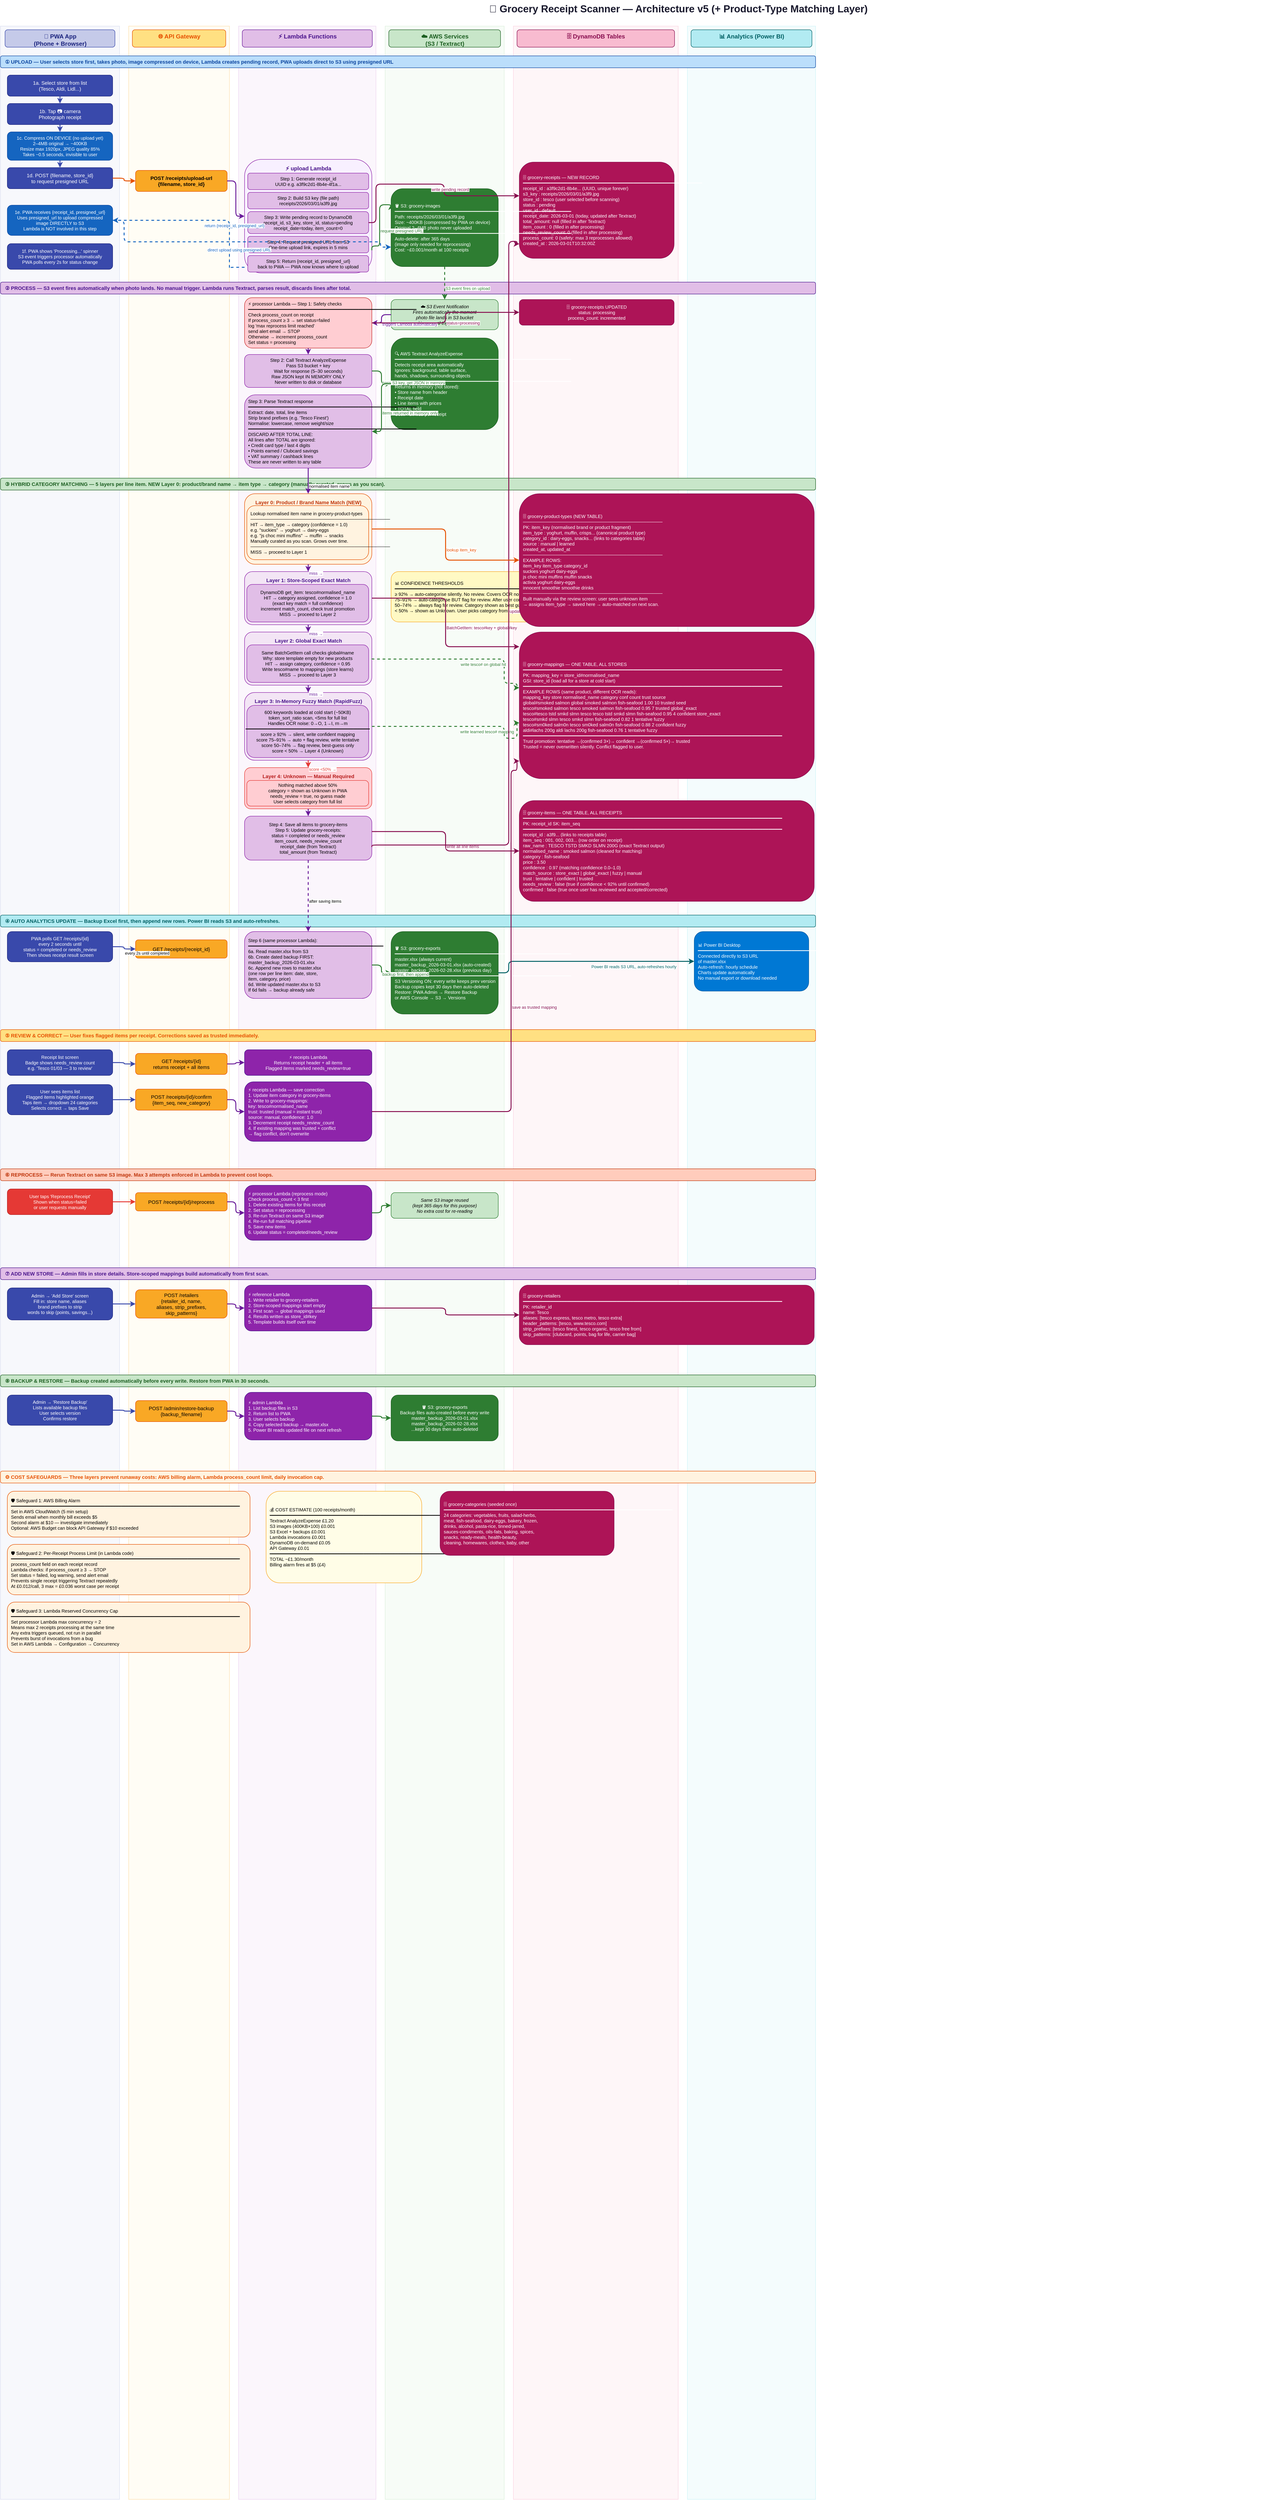
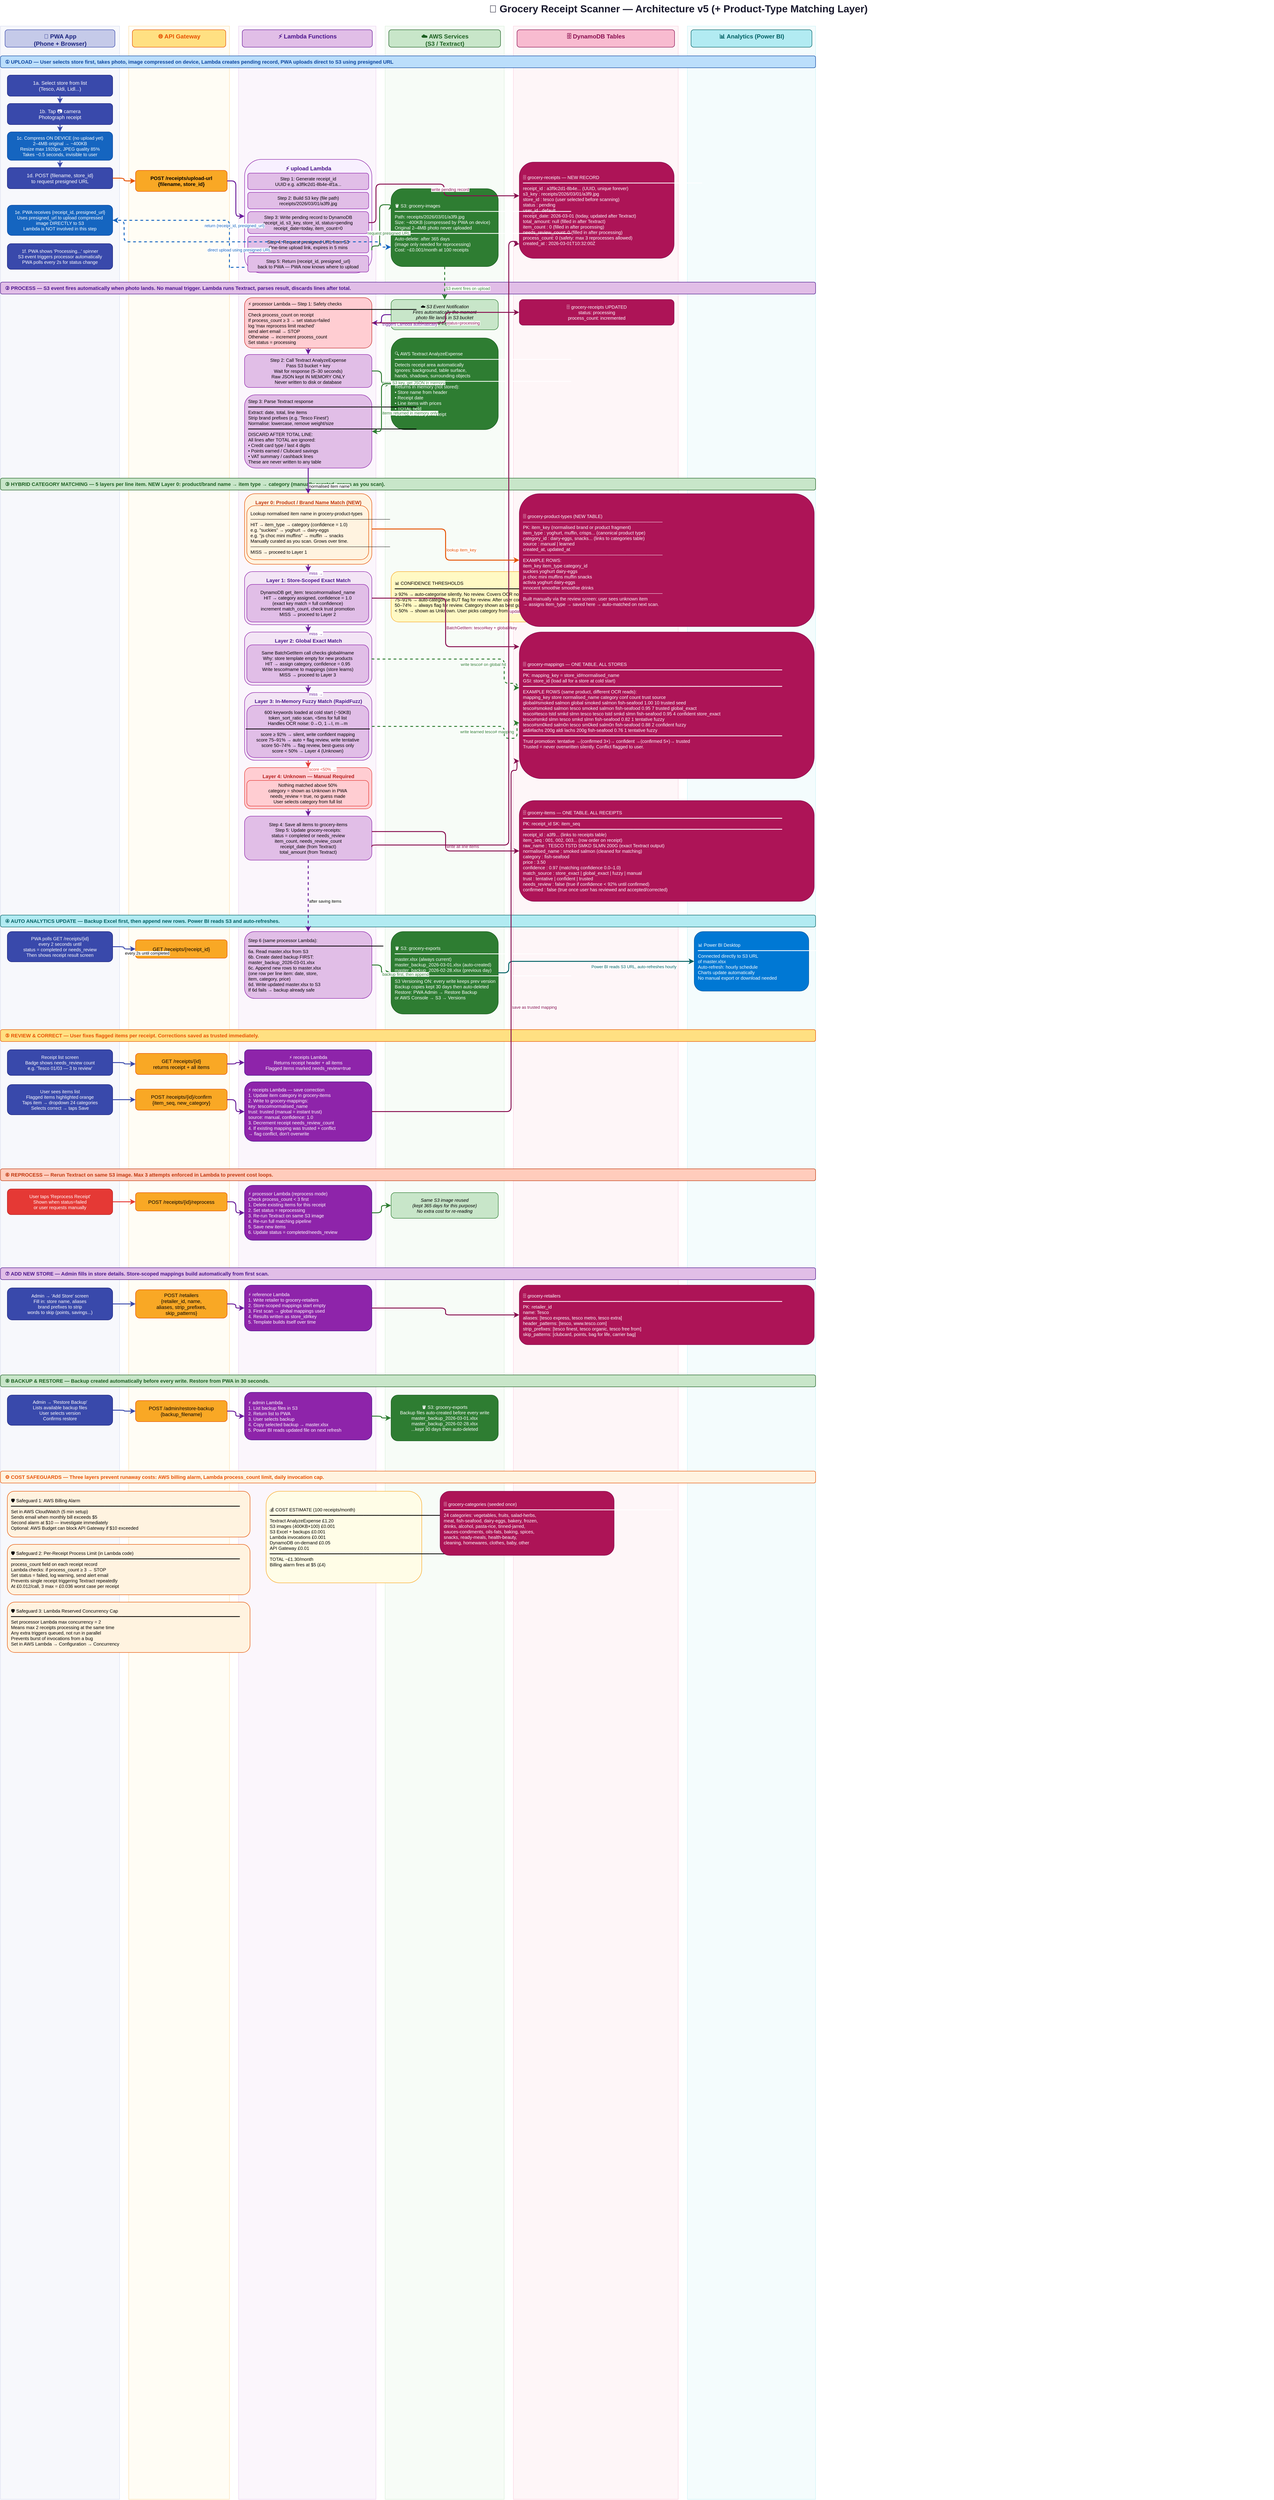
<mxfile host="app.diagrams.net" agent="Mozilla/5.0 (Windows NT 10.0; Win64; x64) AppleWebKit/537.36 (KHTML, like Gecko) Chrome/145.0.0.0 Safari/537.36" version="29.6.0">
  <diagram id="7PN1Y97BilsKAZ5jS87R" name="Page-1">
-     <mxGraphModel dx="1377" dy="758" grid="1" gridSize="10" guides="1" tooltips="1" connect="1" arrows="1" fold="1" page="1" pageScale="1" pageWidth="3200" pageHeight="5800" math="0" shadow="0">
+     <mxGraphModel dx="1427" dy="826" grid="1" gridSize="10" guides="1" tooltips="1" connect="1" arrows="1" fold="1" page="1" pageScale="1" pageWidth="3200" pageHeight="5800" math="0" shadow="0">
      <root>
        <mxCell id="0" />
        <mxCell id="1" parent="0" />
        <mxCell id="title" parent="1" style="text;html=1;strokeColor=none;fillColor=none;align=center;fontSize=22;fontStyle=1;fontColor=#1a1a2e;" value="🛒 Grocery Receipt Scanner — Architecture v5 (+ Product-Type Matching Layer)" vertex="1">
          <mxGeometry height="44" width="2600" x="200" y="18" as="geometry" />
        </mxCell>
        <mxCell id="col1_bg" parent="1" style="rounded=0;fillColor=#e8eaf6;strokeColor=#9fa8da;opacity=35;" value="" vertex="1">
          <mxGeometry height="5400" width="260" x="20" y="75" as="geometry" />
        </mxCell>
        <mxCell id="col1_hdr" parent="1" style="text;html=1;strokeColor=#3949ab;fillColor=#c5cae9;align=center;fontSize=13;fontStyle=1;fontColor=#1a237e;rounded=1;" value="📱 PWA App&#xa;(Phone + Browser)" vertex="1">
          <mxGeometry height="38" width="240" x="30" y="83" as="geometry" />
        </mxCell>
        <mxCell id="col2_bg" parent="1" style="rounded=0;fillColor=#fff8e1;strokeColor=#f9a825;opacity=35;" value="" vertex="1">
          <mxGeometry height="5400" width="220" x="300" y="75" as="geometry" />
        </mxCell>
        <mxCell id="col2_hdr" parent="1" style="text;html=1;strokeColor=#e65100;fillColor=#ffe082;align=center;fontSize=13;fontStyle=1;fontColor=#e65100;rounded=1;" value="🌐 API Gateway" vertex="1">
          <mxGeometry height="38" width="204" x="308" y="83" as="geometry" />
        </mxCell>
        <mxCell id="col3_bg" parent="1" style="rounded=0;fillColor=#f3e5f5;strokeColor=#ce93d8;opacity=35;" value="" vertex="1">
          <mxGeometry height="5400" width="300" x="540" y="75" as="geometry" />
        </mxCell>
        <mxCell id="col3_hdr" parent="1" style="text;html=1;strokeColor=#6a1b9a;fillColor=#e1bee7;align=center;fontSize=13;fontStyle=1;fontColor=#4a148c;rounded=1;" value="⚡ Lambda Functions" vertex="1">
          <mxGeometry height="38" width="284" x="548" y="83" as="geometry" />
        </mxCell>
        <mxCell id="col4_bg" parent="1" style="rounded=0;fillColor=#e8f5e9;strokeColor=#a5d6a7;opacity=35;" value="" vertex="1">
          <mxGeometry height="5400" width="260" x="860" y="75" as="geometry" />
        </mxCell>
        <mxCell id="col4_hdr" parent="1" style="text;html=1;strokeColor=#1b5e20;fillColor=#c8e6c9;align=center;fontSize=13;fontStyle=1;fontColor=#1b5e20;rounded=1;" value="☁️ AWS Services&#xa;(S3 / Textract)" vertex="1">
          <mxGeometry height="38" width="244" x="868" y="83" as="geometry" />
        </mxCell>
        <mxCell id="col5_bg" parent="1" style="rounded=0;fillColor=#fce4ec;strokeColor=#f48fb1;opacity=35;" value="" vertex="1">
          <mxGeometry height="5400" width="360" x="1140" y="75" as="geometry" />
        </mxCell>
        <mxCell id="col5_hdr" parent="1" style="text;html=1;strokeColor=#880e4f;fillColor=#f8bbd0;align=center;fontSize=13;fontStyle=1;fontColor=#880e4f;rounded=1;" value="🗄️ DynamoDB Tables" vertex="1">
          <mxGeometry height="38" width="344" x="1148" y="83" as="geometry" />
        </mxCell>
        <mxCell id="col6_bg" parent="1" style="rounded=0;fillColor=#e0f7fa;strokeColor=#80deea;opacity=35;" value="" vertex="1">
          <mxGeometry height="5400" width="280" x="1520" y="75" as="geometry" />
        </mxCell>
        <mxCell id="col6_hdr" parent="1" style="text;html=1;strokeColor=#006064;fillColor=#b2ebf2;align=center;fontSize=13;fontStyle=1;fontColor=#006064;rounded=1;" value="📊 Analytics (Power BI)" vertex="1">
          <mxGeometry height="38" width="264" x="1528" y="83" as="geometry" />
        </mxCell>
        <mxCell id="s1_bar" parent="1" style="text;html=1;strokeColor=#0d47a1;fillColor=#bbdefb;align=left;fontSize=11;fontStyle=1;fontColor=#0d47a1;rounded=1;spacingLeft=8;" value="① UPLOAD — User selects store first, takes photo, image compressed on device, Lambda creates pending record, PWA uploads direct to S3 using presigned URL" vertex="1">
          <mxGeometry height="26" width="1780" x="20" y="140" as="geometry" />
        </mxCell>
        <mxCell id="pwa_select" parent="1" style="rounded=1;fillColor=#3949ab;strokeColor=#1a237e;fontColor=#fff;fontSize=11;" value="1a. Select store from list&#xa;(Tesco, Aldi, Lidl...)" vertex="1">
          <mxGeometry height="46" width="230" x="35" y="182" as="geometry" />
        </mxCell>
        <mxCell id="pwa_photo" parent="1" style="rounded=1;fillColor=#3949ab;strokeColor=#1a237e;fontColor=#fff;fontSize=11;" value="1b. Tap 📷 camera&#xa;Photograph receipt" vertex="1">
          <mxGeometry height="46" width="230" x="35" y="244" as="geometry" />
        </mxCell>
        <mxCell id="pwa_compress" parent="1" style="rounded=1;fillColor=#1565c0;strokeColor=#0d47a1;fontColor=#fff;fontSize=10;" value="1c. Compress ON DEVICE (no upload yet)&#xa;2–4MB original → ~400KB&#xa;Resize max 1920px, JPEG quality 85%&#xa;Takes ~0.5 seconds, invisible to user" vertex="1">
          <mxGeometry height="62" width="230" x="35" y="306" as="geometry" />
        </mxCell>
        <mxCell id="pwa_req_url" parent="1" style="rounded=1;fillColor=#3949ab;strokeColor=#1a237e;fontColor=#fff;fontSize=11;" value="1d. POST {filename, store_id}&#xa;to request presigned URL" vertex="1">
          <mxGeometry height="46" width="230" x="35" y="384" as="geometry" />
        </mxCell>
        <mxCell id="api_upload" parent="1" style="rounded=1;fillColor=#f9a825;strokeColor=#e65100;fontSize=11;fontStyle=1;" value="POST /receipts/upload-url&#xa;{filename, store_id}" vertex="1">
          <mxGeometry height="46" width="200" x="315" y="390" as="geometry" />
        </mxCell>
        <mxCell id="lam_upload_bg" parent="1" style="rounded=1;fillColor=#f8f0ff;strokeColor=#8e24aa;" value="" vertex="1">
          <mxGeometry height="248" width="278" x="553" y="366" as="geometry" />
        </mxCell>
        <mxCell id="lam_upload_ttl" parent="1" style="text;html=1;strokeColor=none;fillColor=none;align=center;fontSize=12;fontStyle=1;fontColor=#4a148c;" value="⚡ upload Lambda" vertex="1">
          <mxGeometry height="22" width="272" x="556" y="372" as="geometry" />
        </mxCell>
        <mxCell id="lam_u1" parent="1" style="rounded=1;fillColor=#e1bee7;strokeColor=#8e24aa;fontSize=10;" value="Step 1: Generate receipt_id&#xa;UUID e.g. a3f9c2d1-8b4e-4f1a..." vertex="1">
          <mxGeometry height="36" width="264" x="560" y="396" as="geometry" />
        </mxCell>
        <mxCell id="lam_u2" parent="1" style="rounded=1;fillColor=#e1bee7;strokeColor=#8e24aa;fontSize=10;" value="Step 2: Build S3 key (file path)&#xa;receipts/2026/03/01/a3f9.jpg" vertex="1">
          <mxGeometry height="36" width="264" x="560" y="438" as="geometry" />
        </mxCell>
        <mxCell id="lam_u3" parent="1" style="rounded=1;fillColor=#e1bee7;strokeColor=#8e24aa;fontSize=10;" value="Step 3: Write pending record to DynamoDB&#xa;receipt_id, s3_key, store_id, status=pending&#xa;receipt_date=today, item_count=0" vertex="1">
          <mxGeometry height="48" width="264" x="560" y="480" as="geometry" />
        </mxCell>
        <mxCell id="lam_u4" parent="1" style="rounded=1;fillColor=#e1bee7;strokeColor=#8e24aa;fontSize=10;" value="Step 4: Request presigned URL from S3&#xa;One-time upload link, expires in 5 mins" vertex="1">
          <mxGeometry height="36" width="264" x="560" y="534" as="geometry" />
        </mxCell>
        <mxCell id="lam_u5" parent="1" style="rounded=1;fillColor=#e1bee7;strokeColor=#8e24aa;fontSize=10;" value="Step 5: Return {receipt_id, presigned_url}&#xa;back to PWA — PWA now knows where to upload" vertex="1">
          <mxGeometry height="36" width="264" x="560" y="576" as="geometry" />
        </mxCell>
        <mxCell id="db_receipts" parent="1" style="rounded=1;fillColor=#ad1457;strokeColor=#880e4f;fontColor=#fff;fontSize=10;align=left;spacingLeft=6;" value="🗄️ grocery-receipts — NEW RECORD&#xa;━━━━━━━━━━━━━━━━━━━━━━━━━━━━━━━━━━━━━━━━━━━━━━━━━━━━━━━━━━━━━━━━━&#xa;receipt_id : a3f9c2d1-8b4e...  (UUID, unique forever)&#xa;s3_key     : receipts/2026/03/01/a3f9.jpg&#xa;store_id   : tesco  (user selected before scanning)&#xa;status     : pending&#xa;user_id    : default&#xa;receipt_date: 2026-03-01  (today, updated after Textract)&#xa;total_amount: null  (filled in after Textract)&#xa;item_count : 0  (filled in after processing)&#xa;needs_review_count: 0  (filled in after processing)&#xa;process_count: 0  (safety: max 3 reprocesses allowed)&#xa;created_at : 2026-03-01T10:32:00Z" vertex="1">
          <mxGeometry height="210" width="338" x="1153" y="372" as="geometry" />
        </mxCell>
        <mxCell id="pwa_upload_direct" parent="1" style="rounded=1;fillColor=#1565c0;strokeColor=#0d47a1;fontColor=#fff;fontSize=10;" value="1e. PWA receives {receipt_id, presigned_url}&#xa;Uses presigned_url to upload compressed&#xa;image DIRECTLY to S3&#xa;Lambda is NOT involved in this step" vertex="1">
          <mxGeometry height="66" width="230" x="35" y="466" as="geometry" />
        </mxCell>
        <mxCell id="s3_images" parent="1" style="rounded=1;fillColor=#2e7d32;strokeColor=#1b5e20;fontColor=#fff;fontSize=10;align=left;spacingLeft=6;" value="🪣 S3: grocery-images&#xa;━━━━━━━━━━━━━━━━━━━━━━━━━━━━━━━━━━━━━━━━━━━━━━━━━━━━━━━━━━━━━━━━&#xa;Path: receipts/2026/03/01/a3f9.jpg&#xa;Size: ~400KB (compressed by PWA on device)&#xa;Original 2–4MB photo never uploaded&#xa;━━━━━━━━━━━━━━━━━━━━━━━━━━━━━━━━━━━━━━━━━━━━━━━━━━━━━━━━━━━━━━━━&#xa;Auto-delete: after 365 days&#xa;(image only needed for reprocessing)&#xa;Cost: ~£0.001/month at 100 receipts" vertex="1">
          <mxGeometry height="170" width="234" x="873" y="430" as="geometry" />
        </mxCell>
        <mxCell id="pwa_spinner" parent="1" style="rounded=1;fillColor=#3949ab;strokeColor=#1a237e;fontColor=#fff;fontSize=10;" value="1f. PWA shows &#39;Processing...&#39; spinner&#xa;S3 event triggers processor automatically&#xa;PWA polls every 2s for status change" vertex="1">
          <mxGeometry height="56" width="230" x="35" y="550" as="geometry" />
        </mxCell>
        <mxCell id="s2_bar" parent="1" style="text;html=1;strokeColor=#4a148c;fillColor=#e1bee7;align=left;fontSize=11;fontStyle=1;fontColor=#4a148c;rounded=1;spacingLeft=8;" value="② PROCESS — S3 event fires automatically when photo lands. No manual trigger. Lambda runs Textract, parses result, discards lines after total." vertex="1">
          <mxGeometry height="26" width="1780" x="20" y="634" as="geometry" />
        </mxCell>
        <mxCell id="s3_event_note" parent="1" style="rounded=1;fillColor=#c8e6c9;strokeColor=#2e7d32;fontSize=10;fontStyle=2;" value="☁️ S3 Event Notification&#xa;Fires automatically the moment&#xa;photo file lands in S3 bucket&#xa;No manual trigger needed" vertex="1">
          <mxGeometry height="66" width="234" x="873" y="672" as="geometry" />
        </mxCell>
        <mxCell id="lam_cost_check" parent="1" style="rounded=1;fillColor=#ffcdd2;strokeColor=#c62828;fontSize=10;align=left;spacingLeft=6;" value="⚡ processor Lambda — Step 1: Safety checks&#xa;━━━━━━━━━━━━━━━━━━━━━━━━━━━━━━━━━━━━━━━━━━━━━━━━━━━━━━━━━━━━━&#xa;Check process_count on receipt&#xa;If process_count ≥ 3 → set status=failed&#xa;   log &#39;max reprocess limit reached&#39;&#xa;   send alert email → STOP&#xa;Otherwise → increment process_count&#xa;Set status = processing" vertex="1">
          <mxGeometry height="110" width="278" x="553" y="668" as="geometry" />
        </mxCell>
        <mxCell id="db_status_proc" parent="1" style="rounded=1;fillColor=#ad1457;strokeColor=#880e4f;fontColor=#fff;fontSize=10;" value="🗄️ grocery-receipts UPDATED&#xa;status: processing&#xa;process_count: incremented" vertex="1">
          <mxGeometry height="56" width="338" x="1153" y="672" as="geometry" />
        </mxCell>
        <mxCell id="lam_textract_step" parent="1" style="rounded=1;fillColor=#e1bee7;strokeColor=#8e24aa;fontSize=10;" value="Step 2: Call Textract AnalyzeExpense&#xa;Pass S3 bucket + key&#xa;Wait for response (5–30 seconds)&#xa;Raw JSON kept IN MEMORY ONLY&#xa;Never written to disk or database" vertex="1">
          <mxGeometry height="72" width="278" x="553" y="792" as="geometry" />
        </mxCell>
        <mxCell id="textract_box" parent="1" style="rounded=1;fillColor=#2e7d32;strokeColor=#1b5e20;fontColor=#fff;fontSize=10;align=left;spacingLeft=6;" value="🔍 AWS Textract AnalyzeExpense&#xa;━━━━━━━━━━━━━━━━━━━━━━━━━━━━━━━━━━━━━━━━━━━━━━━━━━━━━━━━━━━━━━━━&#xa;Detects receipt area automatically&#xa;Ignores: background, table surface,&#xa;hands, shadows, surrounding objects&#xa;━━━━━━━━━━━━━━━━━━━━━━━━━━━━━━━━━━━━━━━━━━━━━━━━━━━━━━━━━━━━━━━━&#xa;Returns in memory (not stored):&#xa;• Store name from header&#xa;• Receipt date&#xa;• Line items with prices&#xa;• TOTAL field&#xa;Cost: ~£0.012 per receipt" vertex="1">
          <mxGeometry height="200" width="234" x="873" y="756" as="geometry" />
        </mxCell>
        <mxCell id="lam_parse" parent="1" style="rounded=1;fillColor=#e1bee7;strokeColor=#8e24aa;fontSize=10;align=left;spacingLeft=6;" value="Step 3: Parse Textract response&#xa;━━━━━━━━━━━━━━━━━━━━━━━━━━━━━━━━━━━━━━━━━━━━━━━━━━━━━━━━━━━━━&#xa;Extract: date, total, line items&#xa;Strip brand prefixes (e.g. &#39;Tesco Finest&#39;)&#xa;Normalise: lowercase, remove weight/size&#xa;━━━━━━━━━━━━━━━━━━━━━━━━━━━━━━━━━━━━━━━━━━━━━━━━━━━━━━━━━━━━━&#xa;DISCARD AFTER TOTAL LINE:&#xa;All lines after TOTAL are ignored:&#xa;• Credit card type / last 4 digits&#xa;• Points earned / Clubcard savings&#xa;• VAT summary / cashback lines&#xa;These are never written to any table" vertex="1">
          <mxGeometry height="160" width="278" x="553" y="880" as="geometry" />
        </mxCell>
-         <mxCell id="s3_bar" parent="1" style="text;html=1;strokeColor=#1b5e20;fillColor=#c8e6c9;align=left;fontSize=11;fontStyle=1;fontColor=#1b5e20;rounded=1;spacingLeft=8;" value="③ HYBRID CATEGORY MATCHING — 5 layers per line item. NEW Layer 0: product/brand name &#x2192; item type &#x2192; category (manually curated, grows as you scan)." vertex="1">
+         <mxCell id="s3_bar" parent="1" style="text;html=1;strokeColor=#1b5e20;fillColor=#c8e6c9;align=left;fontSize=11;fontStyle=1;fontColor=#1b5e20;rounded=1;spacingLeft=8;" value="③ HYBRID CATEGORY MATCHING — 5 layers per line item. NEW Layer 0: product/brand name → item type → category (manually curated, grows as you scan)." vertex="1">
          <mxGeometry height="26" width="1780" x="20" y="1062" as="geometry" />
        </mxCell>
        <mxCell id="threshold_legend" parent="1" style="rounded=1;fillColor=#fff9c4;strokeColor=#f9a825;fontSize=10;align=left;spacingLeft=6;" value="📊 CONFIDENCE THRESHOLDS&#xa;━━━━━━━━━━━━━━━━━━━━━━━━━━━━━━━━━━━━━━━━━━━━━━━━━━━━━━━━━━━━━━━━━━━━━━━━━━━━━━━━━━━━━━━━━━━━━━━━━━━━━━━━━&#xa;≥ 92%  → auto-categorise silently. No review. Covers OCR noise (0→O, 1→I, rn→m).&#xa;75–91% → auto-categorise BUT flag for review. After user confirms 3× → promoted to trusted, no more prompts.&#xa;50–74% → always flag for review. Category shown as best guess, clearly marked uncertain.&#xa;&lt; 50%  → shown as Unknown. User picks category from scratch. No guess made." vertex="1">
          <mxGeometry height="110" width="620" x="873" y="1266" as="geometry" />
        </mxCell>
        <mxCell id="l1_bg" parent="1" style="rounded=1;fillColor=#f3e5f5;strokeColor=#8e24aa;" value="" vertex="1">
          <mxGeometry height="116" width="278" x="553" y="1266" as="geometry" />
        </mxCell>
        <mxCell id="l1_ttl" parent="1" style="text;html=1;strokeColor=none;fillColor=none;align=center;fontSize=11;fontStyle=1;fontColor=#4a148c;" value="Layer 1: Store-Scoped Exact Match" vertex="1">
          <mxGeometry height="20" width="272" x="556" y="1272" as="geometry" />
        </mxCell>
        <mxCell id="l1_det" parent="1" style="rounded=1;fillColor=#e1bee7;strokeColor=#8e24aa;fontSize=10;" value="DynamoDB get_item: tesco#normalised_name&#xa;HIT → category assigned, confidence = 1.0&#xa;(exact key match = full confidence)&#xa;increment match_count, check trust promotion&#xa;MISS → proceed to Layer 2" vertex="1">
          <mxGeometry height="82" width="266" x="558" y="1294" as="geometry" />
        </mxCell>
        <mxCell id="l2_bg" parent="1" style="rounded=1;fillColor=#f3e5f5;strokeColor=#8e24aa;" value="" vertex="1">
          <mxGeometry height="116" width="278" x="553" y="1398" as="geometry" />
        </mxCell>
        <mxCell id="l2_ttl" parent="1" style="text;html=1;strokeColor=none;fillColor=none;align=center;fontSize=11;fontStyle=1;fontColor=#4a148c;" value="Layer 2: Global Exact Match" vertex="1">
          <mxGeometry height="20" width="272" x="556" y="1404" as="geometry" />
        </mxCell>
        <mxCell id="l2_det" parent="1" style="rounded=1;fillColor=#e1bee7;strokeColor=#8e24aa;fontSize=10;" value="Same BatchGetItem call checks global#name&#xa;Why: store template empty for new products&#xa;HIT → assign category, confidence = 0.95&#xa;Write tesco#name to mappings (store learns)&#xa;MISS → proceed to Layer 3" vertex="1">
          <mxGeometry height="82" width="266" x="558" y="1426" as="geometry" />
        </mxCell>
        <mxCell id="l3_bg" parent="1" style="rounded=1;fillColor=#f3e5f5;strokeColor=#8e24aa;" value="" vertex="1">
          <mxGeometry height="148" width="278" x="553" y="1530" as="geometry" />
        </mxCell>
        <mxCell id="l3_ttl" parent="1" style="text;html=1;strokeColor=none;fillColor=none;align=center;fontSize=11;fontStyle=1;fontColor=#4a148c;" value="Layer 3: In-Memory Fuzzy Match (RapidFuzz)" vertex="1">
          <mxGeometry height="20" width="272" x="556" y="1536" as="geometry" />
        </mxCell>
        <mxCell id="l3_det" parent="1" style="rounded=1;fillColor=#e1bee7;strokeColor=#8e24aa;fontSize=10;" value="600 keywords loaded at cold start (~50KB)&#xa;token_sort_ratio scan, &lt;5ms for full list&#xa;Handles OCR noise: 0→O, 1→I, rn→m&#xa;━━━━━━━━━━━━━━━━━━━━━━━━━━━━━━━━━━━━━━━━━━━━━&#xa;score ≥ 92% → silent, write confident mapping&#xa;score 75–91% → auto + flag review, write tentative&#xa;score 50–74% → flag review, best-guess only&#xa;score &lt; 50% → Layer 4 (Unknown)" vertex="1">
          <mxGeometry height="114" width="266" x="558" y="1558" as="geometry" />
        </mxCell>
        <mxCell id="l4_bg" parent="1" style="rounded=1;fillColor=#ffcdd2;strokeColor=#e53935;" value="" vertex="1">
          <mxGeometry height="90" width="278" x="553" y="1694" as="geometry" />
        </mxCell>
        <mxCell id="l4_ttl" parent="1" style="text;html=1;strokeColor=none;fillColor=none;align=center;fontSize=11;fontStyle=1;fontColor=#b71c1c;" value="Layer 4: Unknown — Manual Required" vertex="1">
          <mxGeometry height="20" width="272" x="556" y="1700" as="geometry" />
        </mxCell>
        <mxCell id="l4_det" parent="1" style="rounded=1;fillColor=#ffcdd2;strokeColor=#e53935;fontSize=10;" value="Nothing matched above 50%&#xa;category = shown as Unknown in PWA&#xa;needs_review = true, no guess made&#xa;User selects category from full list" vertex="1">
          <mxGeometry height="56" width="266" x="558" y="1722" as="geometry" />
        </mxCell>
        <mxCell id="db_mappings" parent="1" style="rounded=1;fillColor=#ad1457;strokeColor=#880e4f;fontColor=#fff;fontSize=10;align=left;spacingLeft=6;" value="🗄️ grocery-mappings — ONE TABLE, ALL STORES&#xa;━━━━━━━━━━━━━━━━━━━━━━━━━━━━━━━━━━━━━━━━━━━━━━━━━━━━━━━━━━━━━━━━━━━━━━━━━━━━━━━━━━━━━━━━━━━━━━&#xa;PK: mapping_key = store_id#normalised_name&#xa;GSI: store_id  (load all for a store at cold start)&#xa;━━━━━━━━━━━━━━━━━━━━━━━━━━━━━━━━━━━━━━━━━━━━━━━━━━━━━━━━━━━━━━━━━━━━━━━━━━━━━━━━━━━━━━━━━━━━━━&#xa;EXAMPLE ROWS (same product, different OCR reads):&#xa;mapping_key                  store    normalised_name       category      conf  count  trust      source&#xa;global#smoked salmon         global   smoked salmon         fish-seafood  1.00   10    trusted    seed&#xa;tesco#smoked salmon          tesco    smoked salmon         fish-seafood  0.95    7    trusted    global_exact&#xa;tesco#tesco tstd smkd slmn   tesco    tesco tstd smkd slmn  fish-seafood  0.95    4    confident  store_exact&#xa;tesco#smkd slmn              tesco    smkd slmn             fish-seafood  0.82    1    tentative  fuzzy&#xa;tesco#sm0ked salm0n          tesco    sm0ked salm0n         fish-seafood  0.88    2    confident  fuzzy&#xa;aldi#lachs 200g              aldi     lachs 200g            fish-seafood  0.76    1    tentative  fuzzy&#xa;━━━━━━━━━━━━━━━━━━━━━━━━━━━━━━━━━━━━━━━━━━━━━━━━━━━━━━━━━━━━━━━━━━━━━━━━━━━━━━━━━━━━━━━━━━━━━━&#xa;Trust promotion: tentative →(confirmed 3×)→ confident →(confirmed 5×)→ trusted&#xa;Trusted = never overwritten silently. Conflict flagged to user." vertex="1">
          <mxGeometry height="320" width="644" x="1153" y="1398" as="geometry" />
        </mxCell>
        <mxCell id="lam_save" parent="1" style="rounded=1;fillColor=#e1bee7;strokeColor=#8e24aa;fontSize=10;" value="Step 4: Save all items to grocery-items&#xa;Step 5: Update grocery-receipts:&#xa;  status = completed or needs_review&#xa;  item_count, needs_review_count&#xa;  receipt_date (from Textract)&#xa;  total_amount (from Textract)" vertex="1">
          <mxGeometry height="96" width="278" x="553" y="1800" as="geometry" />
        </mxCell>
        <mxCell id="db_items" parent="1" style="rounded=1;fillColor=#ad1457;strokeColor=#880e4f;fontColor=#fff;fontSize=10;align=left;spacingLeft=6;" value="🗄️ grocery-items — ONE TABLE, ALL RECEIPTS&#xa;━━━━━━━━━━━━━━━━━━━━━━━━━━━━━━━━━━━━━━━━━━━━━━━━━━━━━━━━━━━━━━━━━━━━━━━━━━━━━━━━━━━━━━━━━━━━━━&#xa;PK: receipt_id  SK: item_seq&#xa;━━━━━━━━━━━━━━━━━━━━━━━━━━━━━━━━━━━━━━━━━━━━━━━━━━━━━━━━━━━━━━━━━━━━━━━━━━━━━━━━━━━━━━━━━━━━━━&#xa;receipt_id      : a3f9...  (links to receipts table)&#xa;item_seq        : 001, 002, 003...  (row order on receipt)&#xa;raw_name        : TESCO TSTD SMKD SLMN 200G  (exact Textract output)&#xa;normalised_name : smoked salmon  (cleaned for matching)&#xa;category        : fish-seafood&#xa;price           : 3.50&#xa;confidence      : 0.97  (matching confidence 0.0–1.0)&#xa;match_source    : store_exact | global_exact | fuzzy | manual&#xa;trust           : tentative | confident | trusted&#xa;needs_review    : false  (true if confidence &lt; 92% until confirmed)&#xa;confirmed       : false  (true once user has reviewed and accepted/corrected)" vertex="1">
          <mxGeometry height="220" width="644" x="1153" y="1766" as="geometry" />
        </mxCell>
        <mxCell id="s4_bar" parent="1" style="text;html=1;strokeColor=#006064;fillColor=#b2ebf2;align=left;fontSize=11;fontStyle=1;fontColor=#006064;rounded=1;spacingLeft=8;" value="④ AUTO ANALYTICS UPDATE — Backup Excel first, then append new rows. Power BI reads S3 and auto-refreshes." vertex="1">
          <mxGeometry height="26" width="1780" x="20" y="2016" as="geometry" />
        </mxCell>
        <mxCell id="lam_excel" parent="1" style="rounded=1;fillColor=#e1bee7;strokeColor=#8e24aa;fontSize=10;align=left;spacingLeft=6;" value="Step 6 (same processor Lambda):&#xa;━━━━━━━━━━━━━━━━━━━━━━━━━━━━━━━━━━━━━━━━━━━━━━━━━&#xa;6a. Read master.xlsx from S3&#xa;6b. Create dated backup FIRST:&#xa;    master_backup_2026-03-01.xlsx&#xa;6c. Append new rows to master.xlsx&#xa;    (one row per line item: date, store,&#xa;    item, category, price)&#xa;6d. Write updated master.xlsx to S3&#xa;If 6d fails → backup already safe" vertex="1">
          <mxGeometry height="146" width="278" x="553" y="2052" as="geometry" />
        </mxCell>
        <mxCell id="s3_excel" parent="1" style="rounded=1;fillColor=#2e7d32;strokeColor=#1b5e20;fontColor=#fff;fontSize=10;align=left;spacingLeft=6;" value="🪣 S3: grocery-exports&#xa;━━━━━━━━━━━━━━━━━━━━━━━━━━━━━━━━━━━━━━━━━━━━━━━━━━━━━━━━━━━━━━━━&#xa;master.xlsx  (always current)&#xa;master_backup_2026-03-01.xlsx  (auto-created)&#xa;master_backup_2026-02-28.xlsx  (previous day)&#xa;━━━━━━━━━━━━━━━━━━━━━━━━━━━━━━━━━━━━━━━━━━━━━━━━━━━━━━━━━━━━━━━━&#xa;S3 Versioning ON: every write keeps prev version&#xa;Backup copies kept 30 days then auto-deleted&#xa;Restore: PWA Admin → Restore Backup&#xa;          or AWS Console → S3 → Versions" vertex="1">
          <mxGeometry height="180" width="234" x="873" y="2052" as="geometry" />
        </mxCell>
        <mxCell id="powerbi" parent="1" style="rounded=1;fillColor=#0078d4;strokeColor=#005a9e;fontColor=#fff;fontSize=10;align=left;spacingLeft=6;" value="📊 Power BI Desktop&#xa;━━━━━━━━━━━━━━━━━━━━━━━━━━━━━━━━━━━━━━━━━━━━━━━━━━━━━━━━━━━━━━━━&#xa;Connected directly to S3 URL&#xa;of master.xlsx&#xa;Auto-refresh: hourly schedule&#xa;Charts update automatically&#xa;No manual export or download needed" vertex="1">
          <mxGeometry height="130" width="250" x="1535" y="2052" as="geometry" />
        </mxCell>
        <mxCell id="pwa_poll" parent="1" style="rounded=1;fillColor=#3949ab;strokeColor=#1a237e;fontColor=#fff;fontSize=10;" value="PWA polls GET /receipts/{id}&#xa;every 2 seconds until&#xa;status = completed or needs_review&#xa;Then shows receipt result screen" vertex="1">
          <mxGeometry height="66" width="230" x="35" y="2052" as="geometry" />
        </mxCell>
        <mxCell id="api_poll" parent="1" style="rounded=1;fillColor=#f9a825;strokeColor=#e65100;fontSize=11;" value="GET /receipts/{receipt_id}" vertex="1">
          <mxGeometry height="40" width="200" x="315" y="2070" as="geometry" />
        </mxCell>
        <mxCell id="s5_bar" parent="1" style="text;html=1;strokeColor=#e65100;fillColor=#ffe082;align=left;fontSize=11;fontStyle=1;fontColor=#e65100;rounded=1;spacingLeft=8;" value="⑤ REVIEW &amp; CORRECT — User fixes flagged items per receipt. Corrections saved as trusted immediately." vertex="1">
          <mxGeometry height="26" width="1780" x="20" y="2266" as="geometry" />
        </mxCell>
        <mxCell id="pwa_receipt_list" parent="1" style="rounded=1;fillColor=#3949ab;strokeColor=#1a237e;fontColor=#fff;fontSize=10;" value="Receipt list screen&#xa;Badge shows needs_review count&#xa;e.g. &#39;Tesco 01/03 — 3 to review&#39;" vertex="1">
          <mxGeometry height="56" width="230" x="35" y="2310" as="geometry" />
        </mxCell>
        <mxCell id="api_get_receipt" parent="1" style="rounded=1;fillColor=#f9a825;strokeColor=#e65100;fontSize=11;" value="GET /receipts/{id}&#xa;returns receipt + all items" vertex="1">
          <mxGeometry height="46" width="200" x="315" y="2318" as="geometry" />
        </mxCell>
        <mxCell id="lam_get" parent="1" style="rounded=1;fillColor=#8e24aa;strokeColor=#4a148c;fontColor=#fff;fontSize=10;" value="⚡ receipts Lambda&#xa;Returns receipt header + all items&#xa;Flagged items marked needs_review=true" vertex="1">
          <mxGeometry height="56" width="278" x="553" y="2310" as="geometry" />
        </mxCell>
        <mxCell id="pwa_fix" parent="1" style="rounded=1;fillColor=#3949ab;strokeColor=#1a237e;fontColor=#fff;fontSize=10;" value="User sees items list&#xa;Flagged items highlighted orange&#xa;Taps item → dropdown 24 categories&#xa;Selects correct → taps Save" vertex="1">
          <mxGeometry height="66" width="230" x="35" y="2386" as="geometry" />
        </mxCell>
        <mxCell id="api_confirm" parent="1" style="rounded=1;fillColor=#f9a825;strokeColor=#e65100;fontSize=11;" value="POST /receipts/{id}/confirm&#xa;{item_seq, new_category}" vertex="1">
          <mxGeometry height="46" width="200" x="315" y="2396" as="geometry" />
        </mxCell>
        <mxCell id="lam_correct" parent="1" style="rounded=1;fillColor=#8e24aa;strokeColor=#4a148c;fontColor=#fff;fontSize=10;align=left;spacingLeft=6;" value="⚡ receipts Lambda — save correction&#xa;1. Update item category in grocery-items&#xa;2. Write to grocery-mappings:&#xa;   key: tesco#normalised_name&#xa;   trust: trusted  (manual = instant trust)&#xa;   source: manual, confidence: 1.0&#xa;3. Decrement receipt needs_review_count&#xa;4. If existing mapping was trusted + conflict&#xa;   → flag conflict, don&#39;t overwrite" vertex="1">
          <mxGeometry height="130" width="278" x="553" y="2380" as="geometry" />
        </mxCell>
        <mxCell id="s6_bar" parent="1" style="text;html=1;strokeColor=#bf360c;fillColor=#ffccbc;align=left;fontSize=11;fontStyle=1;fontColor=#bf360c;rounded=1;spacingLeft=8;" value="⑥ REPROCESS — Rerun Textract on same S3 image. Max 3 attempts enforced in Lambda to prevent cost loops." vertex="1">
          <mxGeometry height="26" width="1780" x="20" y="2570" as="geometry" />
        </mxCell>
        <mxCell id="pwa_reprocess" parent="1" style="rounded=1;fillColor=#e53935;strokeColor=#b71c1c;fontColor=#fff;fontSize=10;" value="User taps &#39;Reprocess Receipt&#39;&#xa;Shown when status=failed&#xa;or user requests manually" vertex="1">
          <mxGeometry height="56" width="230" x="35" y="2614" as="geometry" />
        </mxCell>
        <mxCell id="api_reprocess" parent="1" style="rounded=1;fillColor=#f9a825;strokeColor=#e65100;fontSize=11;" value="POST /receipts/{id}/reprocess" vertex="1">
          <mxGeometry height="40" width="200" x="315" y="2622" as="geometry" />
        </mxCell>
        <mxCell id="lam_reprocess" parent="1" style="rounded=1;fillColor=#8e24aa;strokeColor=#4a148c;fontColor=#fff;fontSize=10;align=left;spacingLeft=6;" value="⚡ processor Lambda (reprocess mode)&#xa;Check process_count &lt; 3 first&#xa;1. Delete existing items for this receipt&#xa;2. Set status = reprocessing&#xa;3. Re-run Textract on same S3 image&#xa;4. Re-run full matching pipeline&#xa;5. Save new items&#xa;6. Update status = completed/needs_review" vertex="1">
          <mxGeometry height="120" width="278" x="553" y="2606" as="geometry" />
        </mxCell>
        <mxCell id="s3_reprocess" parent="1" style="rounded=1;fillColor=#c8e6c9;strokeColor=#2e7d32;fontSize=10;fontStyle=2;" value="Same S3 image reused&#xa;(kept 365 days for this purpose)&#xa;No extra cost for re-reading" vertex="1">
          <mxGeometry height="56" width="234" x="873" y="2622" as="geometry" />
        </mxCell>
        <mxCell id="s7_bar" parent="1" style="text;html=1;strokeColor=#4a148c;fillColor=#e1bee7;align=left;fontSize=11;fontStyle=1;fontColor=#4a148c;rounded=1;spacingLeft=8;" value="⑦ ADD NEW STORE — Admin fills in store details. Store-scoped mappings build automatically from first scan." vertex="1">
          <mxGeometry height="26" width="1780" x="20" y="2786" as="geometry" />
        </mxCell>
        <mxCell id="pwa_addstore" parent="1" style="rounded=1;fillColor=#3949ab;strokeColor=#1a237e;fontColor=#fff;fontSize=10;" value="Admin → &#39;Add Store&#39; screen&#xa;Fill in: store name, aliases&#xa;brand prefixes to strip&#xa;words to skip (points, savings...)" vertex="1">
          <mxGeometry height="70" width="230" x="35" y="2830" as="geometry" />
        </mxCell>
        <mxCell id="api_addstore" parent="1" style="rounded=1;fillColor=#f9a825;strokeColor=#e65100;fontSize=11;" value="POST /retailers&#xa;{retailer_id, name,&#xa; aliases, strip_prefixes,&#xa; skip_patterns}" vertex="1">
          <mxGeometry height="62" width="200" x="315" y="2834" as="geometry" />
        </mxCell>
        <mxCell id="lam_addstore" parent="1" style="rounded=1;fillColor=#8e24aa;strokeColor=#4a148c;fontColor=#fff;fontSize=10;align=left;spacingLeft=6;" value="⚡ reference Lambda&#xa;1. Write retailer to grocery-retailers&#xa;2. Store-scoped mappings start empty&#xa;3. First scan → global mappings used&#xa;4. Results written as store_id#key&#xa;5. Template builds itself over time" vertex="1">
          <mxGeometry height="100" width="278" x="553" y="2824" as="geometry" />
        </mxCell>
        <mxCell id="db_retailers" parent="1" style="rounded=1;fillColor=#ad1457;strokeColor=#880e4f;fontColor=#fff;fontSize=10;align=left;spacingLeft=6;" value="🗄️ grocery-retailers&#xa;━━━━━━━━━━━━━━━━━━━━━━━━━━━━━━━━━━━━━━━━━━━━━━━━━━━━━━━━━━━━━━━━━━━━━━━━━━━━━━━━━━━━━━━━━━━━━━&#xa;PK: retailer_id&#xa;name: Tesco&#xa;aliases: [tesco express, tesco metro, tesco extra]&#xa;header_patterns: [tesco, www.tesco.com]&#xa;strip_prefixes: [tesco finest, tesco organic, tesco free from]&#xa;skip_patterns: [clubcard, points, bag for life, carrier bag]" vertex="1">
          <mxGeometry height="130" width="644" x="1153" y="2824" as="geometry" />
        </mxCell>
        <mxCell id="s8_bar" parent="1" style="text;html=1;strokeColor=#1b5e20;fillColor=#c8e6c9;align=left;fontSize=11;fontStyle=1;fontColor=#1b5e20;rounded=1;spacingLeft=8;" value="⑧ BACKUP &amp; RESTORE — Backup created automatically before every write. Restore from PWA in 30 seconds." vertex="1">
          <mxGeometry height="26" width="1780" x="20" y="3020" as="geometry" />
        </mxCell>
        <mxCell id="pwa_restore" parent="1" style="rounded=1;fillColor=#3949ab;strokeColor=#1a237e;fontColor=#fff;fontSize=10;" value="Admin → &#39;Restore Backup&#39;&#xa;Lists available backup files&#xa;User selects version&#xa;Confirms restore" vertex="1">
          <mxGeometry height="66" width="230" x="35" y="3064" as="geometry" />
        </mxCell>
        <mxCell id="api_restore" parent="1" style="rounded=1;fillColor=#f9a825;strokeColor=#e65100;fontSize=11;" value="POST /admin/restore-backup&#xa;{backup_filename}" vertex="1">
          <mxGeometry height="46" width="200" x="315" y="3076" as="geometry" />
        </mxCell>
        <mxCell id="lam_restore" parent="1" style="rounded=1;fillColor=#8e24aa;strokeColor=#4a148c;fontColor=#fff;fontSize=10;align=left;spacingLeft=6;" value="⚡ admin Lambda&#xa;1. List backup files in S3&#xa;2. Return list to PWA&#xa;3. User selects backup&#xa;4. Copy selected backup → master.xlsx&#xa;5. Power BI reads updated file on next refresh" vertex="1">
          <mxGeometry height="104" width="278" x="553" y="3058" as="geometry" />
        </mxCell>
        <mxCell id="s3_restore_note" parent="1" style="rounded=1;fillColor=#2e7d32;strokeColor=#1b5e20;fontColor=#fff;fontSize=10;" value="🪣 S3: grocery-exports&#xa;Backup files auto-created before every write&#xa;master_backup_2026-03-01.xlsx&#xa;master_backup_2026-02-28.xlsx&#xa;...kept 30 days then auto-deleted" vertex="1">
          <mxGeometry height="100" width="234" x="873" y="3064" as="geometry" />
        </mxCell>
        <mxCell id="s9_bar" parent="1" style="text;html=1;strokeColor=#e65100;fillColor=#fff3e0;align=left;fontSize=11;fontStyle=1;fontColor=#e65100;rounded=1;spacingLeft=8;" value="⚙️ COST SAFEGUARDS — Three layers prevent runaway costs: AWS billing alarm, Lambda process_count limit, daily invocation cap." vertex="1">
          <mxGeometry height="26" width="1780" x="20" y="3230" as="geometry" />
        </mxCell>
        <mxCell id="safeguard1" parent="1" style="rounded=1;fillColor=#fff3e0;strokeColor=#e65100;fontSize=10;align=left;spacingLeft=6;" value="🛡️ Safeguard 1: AWS Billing Alarm&#xa;━━━━━━━━━━━━━━━━━━━━━━━━━━━━━━━━━━━━━━━━━━━━━━━━━━━━━━━━━━━━━━━━━━━━━━━━━━━━━━━━━━━&#xa;Set in AWS CloudWatch (5 min setup)&#xa;Sends email when monthly bill exceeds $5&#xa;Second alarm at $10 — investigate immediately&#xa;Optional: AWS Budget can block API Gateway if $10 exceeded" vertex="1">
          <mxGeometry height="100" width="530" x="35" y="3274" as="geometry" />
        </mxCell>
        <mxCell id="safeguard2" parent="1" style="rounded=1;fillColor=#fff3e0;strokeColor=#e65100;fontSize=10;align=left;spacingLeft=6;" value="🛡️ Safeguard 2: Per-Receipt Process Limit (in Lambda code)&#xa;━━━━━━━━━━━━━━━━━━━━━━━━━━━━━━━━━━━━━━━━━━━━━━━━━━━━━━━━━━━━━━━━━━━━━━━━━━━━━━━━━━━&#xa;process_count field on each receipt record&#xa;Lambda checks: if process_count ≥ 3 → STOP&#xa;Set status = failed, log warning, send alert email&#xa;Prevents single receipt triggering Textract repeatedly&#xa;At £0.012/call, 3 max = £0.036 worst case per receipt" vertex="1">
          <mxGeometry height="110" width="530" x="35" y="3390" as="geometry" />
        </mxCell>
        <mxCell id="safeguard3" parent="1" style="rounded=1;fillColor=#fff3e0;strokeColor=#e65100;fontSize=10;align=left;spacingLeft=6;" value="🛡️ Safeguard 3: Lambda Reserved Concurrency Cap&#xa;━━━━━━━━━━━━━━━━━━━━━━━━━━━━━━━━━━━━━━━━━━━━━━━━━━━━━━━━━━━━━━━━━━━━━━━━━━━━━━━━━━━&#xa;Set processor Lambda max concurrency = 2&#xa;Means max 2 receipts processing at the same time&#xa;Any extra triggers queued, not run in parallel&#xa;Prevents burst of invocations from a bug&#xa;Set in AWS Lambda → Configuration → Concurrency" vertex="1">
          <mxGeometry height="110" width="530" x="35" y="3516" as="geometry" />
        </mxCell>
        <mxCell id="cost_summary" parent="1" style="rounded=1;fillColor=#fffde7;strokeColor=#f9a825;fontSize=10;align=left;spacingLeft=6;" value="💰 COST ESTIMATE (100 receipts/month)&#xa;━━━━━━━━━━━━━━━━━━━━━━━━━━━━━━━━━━━━━━━━━━━━━━━━━━━━━━━━━━━━━━━━━━━━━━━━━━━━━━━━━━━&#xa;Textract AnalyzeExpense  £1.20&#xa;S3 images (400KB×100)   £0.001&#xa;S3 Excel + backups       £0.001&#xa;Lambda invocations       £0.001&#xa;DynamoDB on-demand       £0.05&#xa;API Gateway              £0.01&#xa;━━━━━━━━━━━━━━━━━━━━━━━━━━━━━━━━━━━━━━━━━━━━━━━━━━━━━━━━━━━━━━━━━━━━━━━━━━━━━━━━━━━&#xa;TOTAL ~£1.30/month&#xa;Billing alarm fires at $5 (£4)" vertex="1">
          <mxGeometry height="200" width="340" x="600" y="3274" as="geometry" />
        </mxCell>
        <mxCell id="db_categories" parent="1" style="rounded=1;fillColor=#ad1457;strokeColor=#880e4f;fontColor=#fff;fontSize=10;align=left;spacingLeft=6;" value="🗄️ grocery-categories (seeded once)&#xa;━━━━━━━━━━━━━━━━━━━━━━━━━━━━━━━━━━━━━━━━━━━━━━━━━━━━━━━━━━━━━━━━━━━━━━━━━━━━━━━━━━━&#xa;24 categories: vegetables, fruits, salad-herbs,&#xa;meat, fish-seafood, dairy-eggs, bakery, frozen,&#xa;drinks, alcohol, pasta-rice, tinned-jarred,&#xa;sauces-condiments, oils-fats, baking, spices,&#xa;snacks, ready-meals, health-beauty,&#xa;cleaning, homewares, clothes, baby, other" vertex="1">
          <mxGeometry height="140" width="380" x="980" y="3274" as="geometry" />
        </mxCell>
        <mxCell id="a_1a1b" edge="1" parent="1" source="pwa_select" style="edgeStyle=orthogonalEdgeStyle;strokeColor=#3949ab;strokeWidth=2;" target="pwa_photo">
          <mxGeometry relative="1" as="geometry" />
        </mxCell>
        <mxCell id="a_1b1c" edge="1" parent="1" source="pwa_photo" style="edgeStyle=orthogonalEdgeStyle;strokeColor=#3949ab;strokeWidth=2;" target="pwa_compress">
          <mxGeometry relative="1" as="geometry" />
        </mxCell>
        <mxCell id="a_1c1d" edge="1" parent="1" source="pwa_compress" style="edgeStyle=orthogonalEdgeStyle;strokeColor=#3949ab;strokeWidth=2;" target="pwa_req_url">
          <mxGeometry relative="1" as="geometry" />
        </mxCell>
        <mxCell id="a_1d_api" edge="1" parent="1" source="pwa_req_url" style="edgeStyle=orthogonalEdgeStyle;strokeColor=#e65100;strokeWidth=2;exitX=1;exitY=0.5;exitDx=0;exitDy=0;entryX=0;entryY=0.5;" target="api_upload">
          <mxGeometry relative="1" as="geometry" />
        </mxCell>
        <mxCell id="a_api_lam" edge="1" parent="1" source="api_upload" style="edgeStyle=orthogonalEdgeStyle;strokeColor=#6a1b9a;strokeWidth=2;exitX=1;exitY=0.5;exitDx=0;exitDy=0;entryX=0;entryY=0.5;" target="lam_upload_bg">
          <mxGeometry relative="1" as="geometry" />
        </mxCell>
        <mxCell id="a_lamu3_db" edge="1" parent="1" source="lam_u3" style="edgeStyle=orthogonalEdgeStyle;strokeColor=#880e4f;strokeWidth=2;exitX=1;exitY=0.5;exitDx=0;exitDy=0;entryX=0;entryY=0.35;" target="db_receipts">
          <mxGeometry relative="1" as="geometry">
            <Array as="points">
              <mxPoint x="840" y="504" />
              <mxPoint x="840" y="420" />
              <mxPoint x="989" y="420" />
              <mxPoint x="989" y="446" />
            </Array>
          </mxGeometry>
        </mxCell>
        <mxCell id="a_lamu3_lbl" connectable="0" parent="a_lamu3_db" style="edgeLabel;fontSize=9;fontColor=#880e4f;" value="write pending record" vertex="1">
          <mxGeometry relative="1" as="geometry" />
        </mxCell>
        <mxCell id="a_lamu4_s3" edge="1" parent="1" source="lam_upload_bg" style="edgeStyle=orthogonalEdgeStyle;strokeColor=#2e7d32;strokeWidth=2;exitX=1;exitY=0.8;exitDx=0;exitDy=0;entryX=0;entryY=0.2;" target="s3_images">
          <mxGeometry relative="1" as="geometry">
            <Array as="points">
              <mxPoint x="848" y="555" />
              <mxPoint x="848" y="465" />
            </Array>
          </mxGeometry>
        </mxCell>
        <mxCell id="a_lamu4_lbl" connectable="0" parent="a_lamu4_s3" style="edgeLabel;fontSize=9;fontColor=#2e7d32;" value="request presigned URL" vertex="1">
-           <mxGeometry relative="1" as="geometry" />
+           <mxGeometry relative="1" as="geometry">
+             <mxPoint x="-28" y="5" as="offset" />
+           </mxGeometry>
        </mxCell>
        <mxCell id="a_lamu5_pwa" edge="1" parent="1" source="lam_upload_bg" style="edgeStyle=orthogonalEdgeStyle;strokeColor=#1565c0;strokeWidth=2;dashed=1;exitX=0;exitY=0.95;exitDx=0;exitDy=0;entryX=1;entryY=0.5;" target="pwa_upload_direct">
          <mxGeometry relative="1" as="geometry">
            <Array as="points">
              <mxPoint x="520" y="605" />
              <mxPoint x="520" y="499" />
              <mxPoint x="280" y="499" />
            </Array>
          </mxGeometry>
        </mxCell>
        <mxCell id="a_lamu5_lbl" connectable="0" parent="a_lamu5_pwa" style="edgeLabel;fontSize=9;fontColor=#1565c0;" value="return {receipt_id, presigned_url}" vertex="1">
          <mxGeometry relative="1" as="geometry" />
        </mxCell>
        <mxCell id="a_pwa_s3_direct" edge="1" parent="1" source="pwa_upload_direct" style="edgeStyle=orthogonalEdgeStyle;strokeColor=#1565c0;strokeWidth=2;dashed=1;exitX=1;exitY=0.5;exitDx=0;exitDy=0;entryX=0;entryY=0.75;" target="s3_images">
          <mxGeometry relative="1" as="geometry">
            <Array as="points">
              <mxPoint x="290" y="499" />
              <mxPoint x="290" y="546" />
              <mxPoint x="850" y="546" />
              <mxPoint x="850" y="558" />
            </Array>
          </mxGeometry>
        </mxCell>
        <mxCell id="a_pwa_s3_lbl" connectable="0" parent="a_pwa_s3_direct" style="edgeLabel;fontSize=9;fontColor=#1565c0;" value="direct upload using presigned URL" vertex="1">
          <mxGeometry relative="1" as="geometry">
            <mxPoint x="-81" y="6" as="offset" />
          </mxGeometry>
        </mxCell>
        <mxCell id="a_s3_event" edge="1" parent="1" source="s3_images" style="edgeStyle=orthogonalEdgeStyle;strokeColor=#2e7d32;strokeWidth=2;dashed=1;exitX=0.5;exitY=1;exitDx=0;exitDy=0;entryX=0.5;entryY=0;entryDx=0;entryDy=0;" target="s3_event_note">
          <mxGeometry relative="1" as="geometry" />
        </mxCell>
        <mxCell id="a_s3_event_lbl" connectable="0" parent="a_s3_event" style="edgeLabel;fontSize=9;fontColor=#2e7d32;" value="S3 event fires on upload" vertex="1">
          <mxGeometry relative="1" as="geometry" />
        </mxCell>
        <mxCell id="a_event_lam" edge="1" parent="1" source="s3_event_note" style="edgeStyle=orthogonalEdgeStyle;strokeColor=#6a1b9a;strokeWidth=2;exitX=0;exitY=0.5;exitDx=0;exitDy=0;entryX=1;entryY=0.5;" target="lam_cost_check">
          <mxGeometry relative="1" as="geometry" />
        </mxCell>
        <mxCell id="a_event_lbl" connectable="0" parent="a_event_lam" style="edgeLabel;fontSize=9;fontColor=#6a1b9a;" value="triggers Lambda automatically" vertex="1">
          <mxGeometry relative="1" as="geometry" />
        </mxCell>
        <mxCell id="a_check_db" edge="1" parent="1" source="lam_cost_check" style="edgeStyle=orthogonalEdgeStyle;strokeColor=#880e4f;strokeWidth=2;exitX=1;exitY=0.5;exitDx=0;exitDy=0;entryX=0;entryY=0.5;" target="db_status_proc">
          <mxGeometry relative="1" as="geometry" />
        </mxCell>
        <mxCell id="a_check_lbl" connectable="0" parent="a_check_db" style="edgeLabel;fontSize=9;fontColor=#880e4f;" value="status=processing" vertex="1">
          <mxGeometry relative="1" as="geometry" />
        </mxCell>
        <mxCell id="a_check_textract" edge="1" parent="1" source="lam_cost_check" style="edgeStyle=orthogonalEdgeStyle;strokeColor=#6a1b9a;strokeWidth=2;exitX=0.5;exitY=1;exitDx=0;exitDy=0;entryX=0.5;entryY=0;" target="lam_textract_step">
          <mxGeometry relative="1" as="geometry" />
        </mxCell>
        <mxCell id="a_textract_aws" edge="1" parent="1" source="lam_textract_step" style="edgeStyle=orthogonalEdgeStyle;strokeColor=#2e7d32;strokeWidth=2;exitX=1;exitY=0.5;exitDx=0;exitDy=0;entryX=0;entryY=0.5;" target="textract_box">
          <mxGeometry relative="1" as="geometry" />
        </mxCell>
        <mxCell id="a_textract_lbl" connectable="0" parent="a_textract_aws" style="edgeLabel;fontSize=9;fontColor=#2e7d32;" value="pass S3 key, get JSON in memory" vertex="1">
          <mxGeometry relative="1" as="geometry" />
        </mxCell>
        <mxCell id="a_textract_parse" edge="1" parent="1" source="textract_box" style="edgeStyle=orthogonalEdgeStyle;strokeColor=#2e7d32;strokeWidth=2;exitX=0;exitY=0.5;exitDx=0;exitDy=0;entryX=1;entryY=0.5;" target="lam_parse">
          <mxGeometry relative="1" as="geometry" />
        </mxCell>
        <mxCell id="a_tp_lbl" connectable="0" parent="a_textract_parse" style="edgeLabel;fontSize=9;fontColor=#2e7d32;" value="items returned in memory only" vertex="1">
          <mxGeometry relative="1" as="geometry" />
        </mxCell>
        <mxCell id="a_parse_l1" edge="1" parent="1" source="lam_parse" style="edgeStyle=orthogonalEdgeStyle;strokeColor=#6a1b9a;strokeWidth=2;exitX=0.5;exitY=1;exitDx=0;exitDy=0;entryX=0.5;entryY=0;" target="l0_bg">
          <mxGeometry relative="1" as="geometry" />
        </mxCell>
        <mxCell id="a_parse_lbl" connectable="0" parent="a_parse_l1" style="edgeLabel;fontSize=9;" value="normalised item name" vertex="1">
          <mxGeometry relative="1" as="geometry" />
        </mxCell>
        <mxCell id="a_l1_db" edge="1" parent="1" source="l1_bg" style="edgeStyle=orthogonalEdgeStyle;strokeColor=#880e4f;strokeWidth=2;exitX=1;exitY=0.5;exitDx=0;exitDy=0;entryX=0;entryY=0.1;" target="db_mappings">
          <mxGeometry relative="1" as="geometry" />
        </mxCell>
        <mxCell id="a_l1_lbl" connectable="0" parent="a_l1_db" style="edgeLabel;fontSize=9;fontColor=#880e4f;" value="BatchGetItem: tesco#key + global#key" vertex="1">
          <mxGeometry relative="1" as="geometry" />
        </mxCell>
        <mxCell id="a_l1_l2" edge="1" parent="1" source="l1_bg" style="edgeStyle=orthogonalEdgeStyle;strokeColor=#6a1b9a;strokeWidth=2;exitX=0.5;exitY=1;exitDx=0;exitDy=0;entryX=0.5;entryY=0;" target="l2_bg">
          <mxGeometry relative="1" as="geometry" />
        </mxCell>
        <mxCell id="a_l1l2_lbl" connectable="0" parent="a_l1_l2" style="edgeLabel;fontSize=9;fontColor=#6a1b9a;" value="miss →" vertex="1">
          <mxGeometry relative="1" as="geometry" />
        </mxCell>
        <mxCell id="a_l2_db" edge="1" parent="1" source="l2_bg" style="edgeStyle=orthogonalEdgeStyle;strokeColor=#2e7d32;strokeWidth=2;dashed=1;exitX=1;exitY=0.5;exitDx=0;exitDy=0;entryX=0;entryY=0.38;" target="db_mappings">
          <mxGeometry relative="1" as="geometry">
            <Array as="points">
              <mxPoint x="1120" y="1457" />
              <mxPoint x="1120" y="1510" />
              <mxPoint x="1148" y="1510" />
            </Array>
          </mxGeometry>
        </mxCell>
        <mxCell id="a_l2_lbl" connectable="0" parent="a_l2_db" style="edgeLabel;fontSize=9;fontColor=#2e7d32;" value="write tesco# on global hit" vertex="1">
          <mxGeometry relative="1" as="geometry" />
        </mxCell>
        <mxCell id="a_l2_l3" edge="1" parent="1" source="l2_bg" style="edgeStyle=orthogonalEdgeStyle;strokeColor=#6a1b9a;strokeWidth=2;exitX=0.5;exitY=1;exitDx=0;exitDy=0;entryX=0.5;entryY=0;" target="l3_bg">
          <mxGeometry relative="1" as="geometry" />
        </mxCell>
        <mxCell id="a_l2l3_lbl" connectable="0" parent="a_l2_l3" style="edgeLabel;fontSize=9;fontColor=#6a1b9a;" value="miss →" vertex="1">
          <mxGeometry relative="1" as="geometry" />
        </mxCell>
        <mxCell id="a_l3_db" edge="1" parent="1" source="l3_bg" style="edgeStyle=orthogonalEdgeStyle;strokeColor=#2e7d32;strokeWidth=2;dashed=1;exitX=1;exitY=0.5;exitDx=0;exitDy=0;entryX=0;entryY=0.62;" target="db_mappings">
          <mxGeometry relative="1" as="geometry">
            <Array as="points">
              <mxPoint x="1120" y="1604" />
              <mxPoint x="1120" y="1630" />
              <mxPoint x="1148" y="1630" />
            </Array>
          </mxGeometry>
        </mxCell>
        <mxCell id="a_l3_lbl" connectable="0" parent="a_l3_db" style="edgeLabel;fontSize=9;fontColor=#2e7d32;" value="write learned tesco# mapping" vertex="1">
          <mxGeometry relative="1" as="geometry" />
        </mxCell>
        <mxCell id="a_l3_l4" edge="1" parent="1" source="l3_bg" style="edgeStyle=orthogonalEdgeStyle;strokeColor=#e53935;strokeWidth=2;exitX=0.5;exitY=1;exitDx=0;exitDy=0;entryX=0.5;entryY=0;" target="l4_bg">
          <mxGeometry relative="1" as="geometry" />
        </mxCell>
        <mxCell id="a_l3l4_lbl" connectable="0" parent="a_l3_l4" style="edgeLabel;fontSize=9;fontColor=#e53935;" value="score &lt;50% →" vertex="1">
          <mxGeometry relative="1" as="geometry" />
        </mxCell>
        <mxCell id="a_l4_save" edge="1" parent="1" source="l4_bg" style="edgeStyle=orthogonalEdgeStyle;strokeColor=#6a1b9a;strokeWidth=2;exitX=0.5;exitY=1;exitDx=0;exitDy=0;entryX=0.5;entryY=0;" target="lam_save">
          <mxGeometry relative="1" as="geometry" />
        </mxCell>
        <mxCell id="a_save_items" edge="1" parent="1" source="lam_save" style="edgeStyle=orthogonalEdgeStyle;strokeColor=#880e4f;strokeWidth=2;exitX=1;exitY=0.35;exitDx=0;exitDy=0;entryX=0;entryY=0.5;" target="db_items">
          <mxGeometry relative="1" as="geometry" />
        </mxCell>
        <mxCell id="a_save_items_lbl" connectable="0" parent="a_save_items" style="edgeLabel;fontSize=9;fontColor=#880e4f;" value="write all line items" vertex="1">
          <mxGeometry relative="1" as="geometry" />
        </mxCell>
        <mxCell id="a_save_receipt" edge="1" parent="1" source="lam_save" style="edgeStyle=orthogonalEdgeStyle;strokeColor=#880e4f;strokeWidth=2;exitX=1;exitY=0.7;exitDx=0;exitDy=0;entryX=0;entryY=0.85;" target="db_receipts">
          <mxGeometry relative="1" as="geometry">
            <Array as="points">
              <mxPoint x="1130" y="1863" />
              <mxPoint x="1130" y="545" />
              <mxPoint x="1148" y="545" />
            </Array>
          </mxGeometry>
        </mxCell>
        <mxCell id="a_save_receipt_lbl" connectable="0" parent="a_save_receipt" style="edgeLabel;fontSize=9;fontColor=#880e4f;" value="update status=completed, counts" vertex="1">
          <mxGeometry relative="1" as="geometry" />
        </mxCell>
        <mxCell id="a_save_excel" edge="1" parent="1" source="lam_save" style="edgeStyle=orthogonalEdgeStyle;strokeColor=#6a1b9a;strokeWidth=2;dashed=1;exitX=0.5;exitY=1;exitDx=0;exitDy=0;entryX=0.5;entryY=0;" target="lam_excel">
          <mxGeometry relative="1" as="geometry">
            <Array as="points">
              <mxPoint x="692" y="1910" />
              <mxPoint x="692" y="2052" />
            </Array>
          </mxGeometry>
        </mxCell>
        <mxCell id="a_save_excel_lbl" connectable="0" parent="a_save_excel" style="edgeLabel;fontSize=9;" value="after saving items" vertex="1">
          <mxGeometry relative="1" as="geometry" />
        </mxCell>
        <mxCell id="a_excel_s3" edge="1" parent="1" source="lam_excel" style="edgeStyle=orthogonalEdgeStyle;strokeColor=#2e7d32;strokeWidth=2;exitX=1;exitY=0.5;exitDx=0;exitDy=0;entryX=0;entryY=0.5;" target="s3_excel">
          <mxGeometry relative="1" as="geometry" />
        </mxCell>
        <mxCell id="a_excel_lbl" connectable="0" parent="a_excel_s3" style="edgeLabel;fontSize=9;fontColor=#2e7d32;" value="backup first, then append" vertex="1">
          <mxGeometry relative="1" as="geometry" />
        </mxCell>
        <mxCell id="a_s3_bi" edge="1" parent="1" source="s3_excel" style="edgeStyle=orthogonalEdgeStyle;strokeColor=#006064;strokeWidth=2;exitX=1;exitY=0.5;exitDx=0;exitDy=0;entryX=0;entryY=0.5;" target="powerbi">
          <mxGeometry relative="1" as="geometry">
            <Array as="points">
              <mxPoint x="1130" y="2142" />
              <mxPoint x="1130" y="2117" />
              <mxPoint x="1530" y="2117" />
            </Array>
          </mxGeometry>
        </mxCell>
        <mxCell id="a_bi_lbl" connectable="0" parent="a_s3_bi" style="edgeLabel;fontSize=9;fontColor=#006064;" value="Power BI reads S3 URL, auto-refreshes hourly" vertex="1">
          <mxGeometry relative="1" as="geometry" />
        </mxCell>
        <mxCell id="a_poll_api" edge="1" parent="1" source="pwa_poll" style="edgeStyle=orthogonalEdgeStyle;strokeColor=#3949ab;strokeWidth=2;exitX=1;exitY=0.5;exitDx=0;exitDy=0;entryX=0;entryY=0.5;" target="api_poll">
          <mxGeometry relative="1" as="geometry" />
        </mxCell>
        <mxCell id="a_poll_lbl" connectable="0" parent="a_poll_api" style="edgeLabel;fontSize=9;" value="every 2s until completed" vertex="1">
          <mxGeometry relative="1" as="geometry" />
        </mxCell>
        <mxCell id="a_list_api" edge="1" parent="1" source="pwa_receipt_list" style="edgeStyle=orthogonalEdgeStyle;strokeColor=#3949ab;strokeWidth=2;exitX=1;exitY=0.5;exitDx=0;exitDy=0;entryX=0;entryY=0.5;" target="api_get_receipt">
          <mxGeometry relative="1" as="geometry" />
        </mxCell>
        <mxCell id="a_getreceipt_lam" edge="1" parent="1" source="api_get_receipt" style="edgeStyle=orthogonalEdgeStyle;strokeColor=#6a1b9a;strokeWidth=2;exitX=1;exitY=0.5;exitDx=0;exitDy=0;entryX=0;entryY=0.5;" target="lam_get">
          <mxGeometry relative="1" as="geometry" />
        </mxCell>
        <mxCell id="a_fix_api" edge="1" parent="1" source="pwa_fix" style="edgeStyle=orthogonalEdgeStyle;strokeColor=#3949ab;strokeWidth=2;exitX=1;exitY=0.5;exitDx=0;exitDy=0;entryX=0;entryY=0.5;" target="api_confirm">
          <mxGeometry relative="1" as="geometry" />
        </mxCell>
        <mxCell id="a_confirm_lam" edge="1" parent="1" source="api_confirm" style="edgeStyle=orthogonalEdgeStyle;strokeColor=#6a1b9a;strokeWidth=2;exitX=1;exitY=0.5;exitDx=0;exitDy=0;entryX=0;entryY=0.5;" target="lam_correct">
          <mxGeometry relative="1" as="geometry" />
        </mxCell>
        <mxCell id="a_correct_db" edge="1" parent="1" source="lam_correct" style="edgeStyle=orthogonalEdgeStyle;strokeColor=#880e4f;strokeWidth=2;exitX=1;exitY=0.5;exitDx=0;exitDy=0;entryX=0;entryY=0.88;" target="db_mappings">
          <mxGeometry relative="1" as="geometry">
            <Array as="points">
              <mxPoint x="1135" y="2445" />
              <mxPoint x="1135" y="1700" />
              <mxPoint x="1148" y="1700" />
            </Array>
          </mxGeometry>
        </mxCell>
        <mxCell id="a_correct_lbl" connectable="0" parent="a_correct_db" style="edgeLabel;fontSize=9;fontColor=#880e4f;" value="save as trusted mapping" vertex="1">
          <mxGeometry relative="1" as="geometry" />
        </mxCell>
        <mxCell id="a_rp_api" edge="1" parent="1" source="pwa_reprocess" style="edgeStyle=orthogonalEdgeStyle;strokeColor=#e53935;strokeWidth=2;exitX=1;exitY=0.5;exitDx=0;exitDy=0;entryX=0;entryY=0.5;" target="api_reprocess">
          <mxGeometry relative="1" as="geometry" />
        </mxCell>
        <mxCell id="a_rp_lam" edge="1" parent="1" source="api_reprocess" style="edgeStyle=orthogonalEdgeStyle;strokeColor=#6a1b9a;strokeWidth=2;exitX=1;exitY=0.5;exitDx=0;exitDy=0;entryX=0;entryY=0.5;" target="lam_reprocess">
          <mxGeometry relative="1" as="geometry" />
        </mxCell>
        <mxCell id="a_rp_s3" edge="1" parent="1" source="lam_reprocess" style="edgeStyle=orthogonalEdgeStyle;strokeColor=#2e7d32;strokeWidth=2;exitX=1;exitY=0.5;exitDx=0;exitDy=0;entryX=0;entryY=0.5;" target="s3_reprocess">
          <mxGeometry relative="1" as="geometry" />
        </mxCell>
        <mxCell id="a_store_api" edge="1" parent="1" source="pwa_addstore" style="edgeStyle=orthogonalEdgeStyle;strokeColor=#3949ab;strokeWidth=2;exitX=1;exitY=0.5;exitDx=0;exitDy=0;entryX=0;entryY=0.5;" target="api_addstore">
          <mxGeometry relative="1" as="geometry" />
        </mxCell>
        <mxCell id="a_store_lam" edge="1" parent="1" source="api_addstore" style="edgeStyle=orthogonalEdgeStyle;strokeColor=#6a1b9a;strokeWidth=2;exitX=1;exitY=0.5;exitDx=0;exitDy=0;entryX=0;entryY=0.5;" target="lam_addstore">
          <mxGeometry relative="1" as="geometry" />
        </mxCell>
        <mxCell id="a_store_db" edge="1" parent="1" source="lam_addstore" style="edgeStyle=orthogonalEdgeStyle;strokeColor=#880e4f;strokeWidth=2;exitX=1;exitY=0.5;exitDx=0;exitDy=0;entryX=0;entryY=0.5;" target="db_retailers">
          <mxGeometry relative="1" as="geometry" />
        </mxCell>
        <mxCell id="a_res_api" edge="1" parent="1" source="pwa_restore" style="edgeStyle=orthogonalEdgeStyle;strokeColor=#3949ab;strokeWidth=2;exitX=1;exitY=0.5;exitDx=0;exitDy=0;entryX=0;entryY=0.5;" target="api_restore">
          <mxGeometry relative="1" as="geometry" />
        </mxCell>
        <mxCell id="a_res_lam" edge="1" parent="1" source="api_restore" style="edgeStyle=orthogonalEdgeStyle;strokeColor=#6a1b9a;strokeWidth=2;exitX=1;exitY=0.5;exitDx=0;exitDy=0;entryX=0;entryY=0.5;" target="lam_restore">
          <mxGeometry relative="1" as="geometry" />
        </mxCell>
        <mxCell id="a_res_s3" edge="1" parent="1" source="lam_restore" style="edgeStyle=orthogonalEdgeStyle;strokeColor=#2e7d32;strokeWidth=2;exitX=1;exitY=0.5;exitDx=0;exitDy=0;entryX=0;entryY=0.5;" target="s3_restore_note">
          <mxGeometry relative="1" as="geometry" />
        </mxCell>
- 
        <mxCell id="l0_bg" parent="1" style="rounded=1;fillColor=#FFF3E0;strokeColor=#E65100;" value="" vertex="1">
          <mxGeometry height="154" width="278" x="553" y="1096" as="geometry" />
        </mxCell>
        <mxCell id="l0_ttl" parent="1" style="text;html=1;strokeColor=none;fillColor=none;align=center;fontSize=11;fontStyle=1;fontColor=#BF360C;" value="Layer 0: Product / Brand Name Match (NEW)" vertex="1">
          <mxGeometry height="20" width="272" x="556" y="1102" as="geometry" />
        </mxCell>
-         <mxCell id="l0_det" parent="1" style="rounded=1;fillColor=#FFF3E0;strokeColor=#E65100;fontSize=10;align=left;spacingLeft=6;" value="Lookup normalised item name in grocery-product-types&#xa;&#x2500;&#x2500;&#x2500;&#x2500;&#x2500;&#x2500;&#x2500;&#x2500;&#x2500;&#x2500;&#x2500;&#x2500;&#x2500;&#x2500;&#x2500;&#x2500;&#x2500;&#x2500;&#x2500;&#x2500;&#x2500;&#x2500;&#x2500;&#x2500;&#x2500;&#x2500;&#x2500;&#x2500;&#x2500;&#x2500;&#x2500;&#x2500;&#x2500;&#x2500;&#x2500;&#x2500;&#x2500;&#x2500;&#x2500;&#x2500;&#x2500;&#x2500;&#x2500;&#xa;HIT &#x2192; item_type &#x2192; category  (confidence = 1.0)&#xa;e.g. &quot;suckies&quot; &#x2192; yoghurt &#x2192; dairy-eggs&#xa;e.g. &quot;js choc mini muffins&quot; &#x2192; muffin &#x2192; snacks&#xa;Manually curated as you scan. Grows over time.&#xa;&#x2500;&#x2500;&#x2500;&#x2500;&#x2500;&#x2500;&#x2500;&#x2500;&#x2500;&#x2500;&#x2500;&#x2500;&#x2500;&#x2500;&#x2500;&#x2500;&#x2500;&#x2500;&#x2500;&#x2500;&#x2500;&#x2500;&#x2500;&#x2500;&#x2500;&#x2500;&#x2500;&#x2500;&#x2500;&#x2500;&#x2500;&#x2500;&#x2500;&#x2500;&#x2500;&#x2500;&#x2500;&#x2500;&#x2500;&#x2500;&#x2500;&#x2500;&#x2500;&#xa;MISS &#x2192; proceed to Layer 1" vertex="1">
+         <mxCell id="l0_det" parent="1" style="rounded=1;fillColor=#FFF3E0;strokeColor=#E65100;fontSize=10;align=left;spacingLeft=6;" value="Lookup normalised item name in grocery-product-types&#xa;───────────────────────────────────────────&#xa;HIT → item_type → category  (confidence = 1.0)&#xa;e.g. &quot;suckies&quot; → yoghurt → dairy-eggs&#xa;e.g. &quot;js choc mini muffins&quot; → muffin → snacks&#xa;Manually curated as you scan. Grows over time.&#xa;───────────────────────────────────────────&#xa;MISS → proceed to Layer 1" vertex="1">
          <mxGeometry height="118" width="266" x="558" y="1122" as="geometry" />
        </mxCell>
        <mxCell id="a_l0_l1" edge="1" parent="1" source="l0_bg" style="edgeStyle=orthogonalEdgeStyle;strokeColor=#6a1b9a;strokeWidth=2;exitX=0.5;exitY=1;exitDx=0;exitDy=0;entryX=0.5;entryY=0;" target="l1_bg">
          <mxGeometry relative="1" as="geometry" />
        </mxCell>
-         <mxCell id="a_l0l1_lbl" connectable="0" parent="a_l0_l1" style="edgeLabel;fontSize=9;fontColor=#6a1b9a;" value="miss &#x2192;" vertex="1">
+         <mxCell id="a_l0l1_lbl" connectable="0" parent="a_l0_l1" style="edgeLabel;fontSize=9;fontColor=#6a1b9a;" value="miss →" vertex="1">
          <mxGeometry relative="1" as="geometry" />
        </mxCell>
        <mxCell id="a_l0_pt" edge="1" parent="1" source="l0_bg" style="edgeStyle=orthogonalEdgeStyle;strokeColor=#E65100;strokeWidth=2;exitX=1;exitY=0.5;exitDx=0;exitDy=0;entryX=0;entryY=0.5;" target="db_product_types">
          <mxGeometry relative="1" as="geometry" />
        </mxCell>
        <mxCell id="a_l0_pt_lbl" connectable="0" parent="a_l0_pt" style="edgeLabel;fontSize=9;fontColor=#E65100;" value="lookup item_key" vertex="1">
          <mxGeometry relative="1" as="geometry" />
        </mxCell>
-         <mxCell id="db_product_types" parent="1" style="rounded=1;fillColor=#ad1457;strokeColor=#880e4f;fontColor=#fff;fontSize=10;align=left;spacingLeft=6;" value="&#x1F5C4;&#xFE0F; grocery-product-types (NEW TABLE)&#xa;&#x2500;&#x2500;&#x2500;&#x2500;&#x2500;&#x2500;&#x2500;&#x2500;&#x2500;&#x2500;&#x2500;&#x2500;&#x2500;&#x2500;&#x2500;&#x2500;&#x2500;&#x2500;&#x2500;&#x2500;&#x2500;&#x2500;&#x2500;&#x2500;&#x2500;&#x2500;&#x2500;&#x2500;&#x2500;&#x2500;&#x2500;&#x2500;&#x2500;&#x2500;&#x2500;&#x2500;&#x2500;&#x2500;&#x2500;&#x2500;&#x2500;&#x2500;&#x2500;&#xa;PK: item_key  (normalised brand or product fragment)&#xa;item_type    : yoghurt, muffin, crisps...  (canonical product type)&#xa;category_id  : dairy-eggs, snacks...  (links to categories table)&#xa;source       : manual | learned&#xa;created_at, updated_at&#xa;&#x2500;&#x2500;&#x2500;&#x2500;&#x2500;&#x2500;&#x2500;&#x2500;&#x2500;&#x2500;&#x2500;&#x2500;&#x2500;&#x2500;&#x2500;&#x2500;&#x2500;&#x2500;&#x2500;&#x2500;&#x2500;&#x2500;&#x2500;&#x2500;&#x2500;&#x2500;&#x2500;&#x2500;&#x2500;&#x2500;&#x2500;&#x2500;&#x2500;&#x2500;&#x2500;&#x2500;&#x2500;&#x2500;&#x2500;&#x2500;&#x2500;&#x2500;&#x2500;&#xa;EXAMPLE ROWS:&#xa;item_key                 item_type    category_id&#xa;suckies                  yoghurt      dairy-eggs&#xa;js choc mini muffins     muffin       snacks&#xa;activia                  yoghurt      dairy-eggs&#xa;innocent smoothie        smoothie     drinks&#xa;&#x2500;&#x2500;&#x2500;&#x2500;&#x2500;&#x2500;&#x2500;&#x2500;&#x2500;&#x2500;&#x2500;&#x2500;&#x2500;&#x2500;&#x2500;&#x2500;&#x2500;&#x2500;&#x2500;&#x2500;&#x2500;&#x2500;&#x2500;&#x2500;&#x2500;&#x2500;&#x2500;&#x2500;&#x2500;&#x2500;&#x2500;&#x2500;&#x2500;&#x2500;&#x2500;&#x2500;&#x2500;&#x2500;&#x2500;&#x2500;&#x2500;&#x2500;&#x2500;&#xa;Built manually via the review screen: user sees unknown item&#xa;&#x2192; assigns item_type &#x2192; saved here &#x2192; auto-matched on next scan." vertex="1">
+         <mxCell id="db_product_types" parent="1" style="rounded=1;fillColor=#ad1457;strokeColor=#880e4f;fontColor=#fff;fontSize=10;align=left;spacingLeft=6;" value="🗄️ grocery-product-types (NEW TABLE)&#xa;───────────────────────────────────────────&#xa;PK: item_key  (normalised brand or product fragment)&#xa;item_type    : yoghurt, muffin, crisps...  (canonical product type)&#xa;category_id  : dairy-eggs, snacks...  (links to categories table)&#xa;source       : manual | learned&#xa;created_at, updated_at&#xa;───────────────────────────────────────────&#xa;EXAMPLE ROWS:&#xa;item_key                 item_type    category_id&#xa;suckies                  yoghurt      dairy-eggs&#xa;js choc mini muffins     muffin       snacks&#xa;activia                  yoghurt      dairy-eggs&#xa;innocent smoothie        smoothie     drinks&#xa;───────────────────────────────────────────&#xa;Built manually via the review screen: user sees unknown item&#xa;→ assigns item_type → saved here → auto-matched on next scan." vertex="1">
          <mxGeometry height="290" width="644" x="1153" y="1096" as="geometry" />
        </mxCell>
      </root>
    </mxGraphModel>
  </diagram>
</mxfile>
